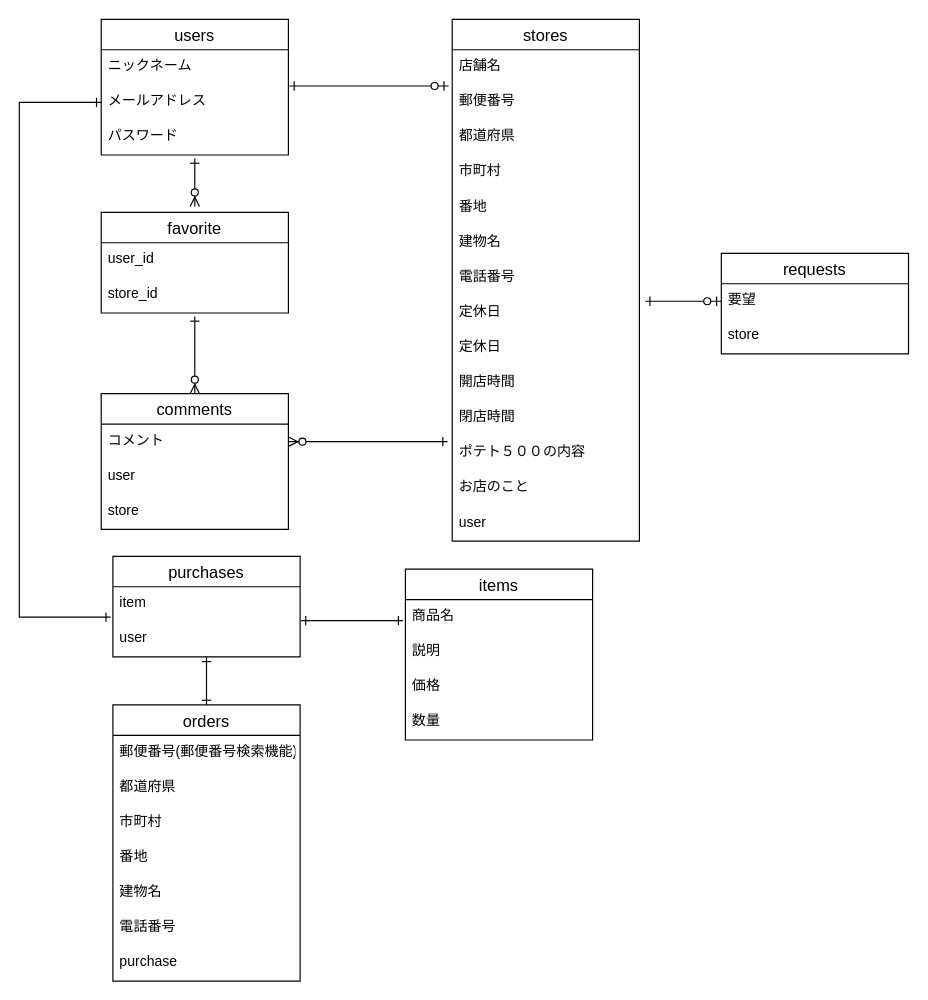
Earlier version of the draw.io diagram poteto500.dio (KimFight/new_potato500). Source tidied: cells renumbered, new cells numbered last; positions are measured from the earlier drawing's top-left corner, leaving out a move shared by most shapes. Both pictures are drawn from the tidied source at 117%, with x=0, y=0 at pixel (19, 19).
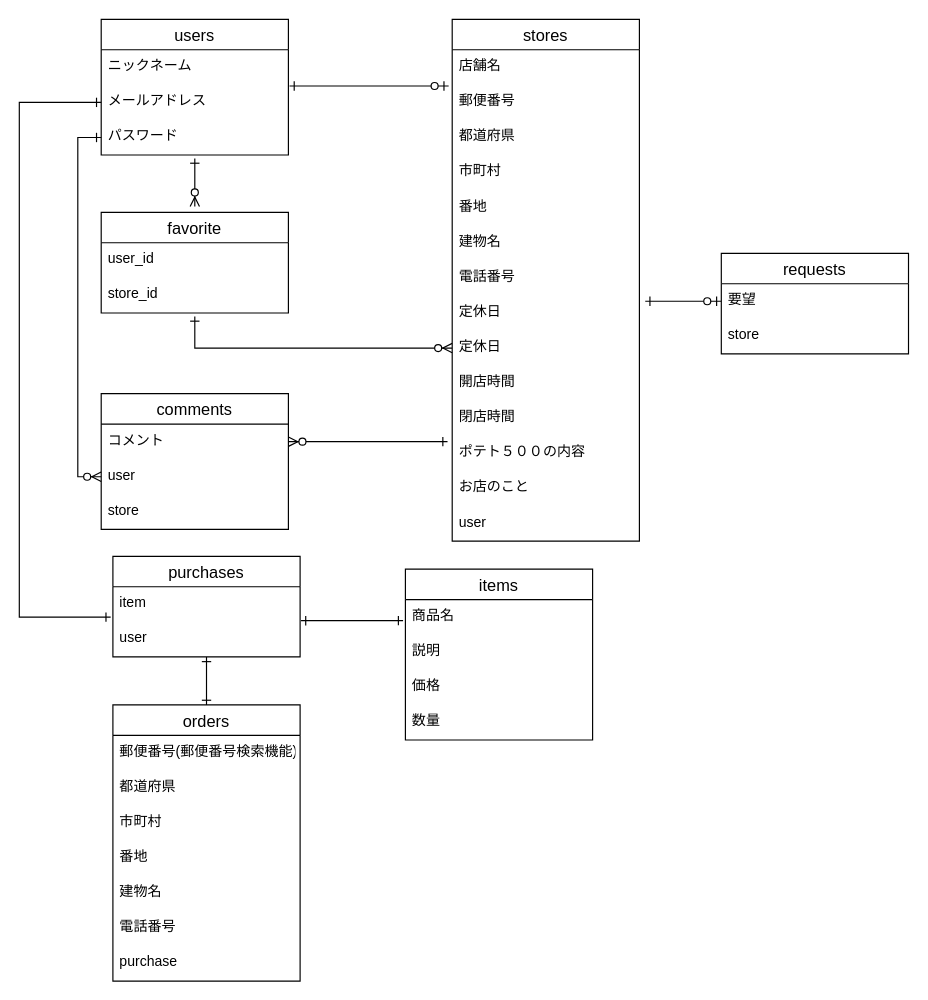
The same diagram, later.

The change refers to these unchanged cells:
```xml
<mxCell id="7" value="パスワード" style="text;strokeColor=none;fillColor=none;spacingLeft=4;spacingRight=4;overflow=hidden;points=[[0,0.5],[1,0.5]];portConstraint=eastwest;fontSize=12;" parent="4" vertex="1">
  <mxGeometry y="86" width="160" height="30" as="geometry" />
</mxCell>
<mxCell id="9" value="comments" style="swimlane;fontStyle=0;horizontal=1;startSize=26;align=center;fontSize=14;" parent="1" vertex="1">
  <mxGeometry x="70" y="320" width="160" height="116" as="geometry" />
</mxCell>
<mxCell id="11" value="user" style="text;strokeColor=none;fillColor=none;spacingLeft=4;spacingRight=4;overflow=hidden;points=[[0,0.5],[1,0.5]];portConstraint=eastwest;fontSize=12;" parent="9" vertex="1">
  <mxGeometry y="56" width="160" height="30" as="geometry" />
</mxCell>
<mxCell id="23" value="定休日" style="text;strokeColor=none;fillColor=none;spacingLeft=4;spacingRight=4;overflow=hidden;points=[[0,0.5],[1,0.5]];portConstraint=eastwest;fontSize=12;" parent="14" vertex="1">
  <mxGeometry y="266" width="160" height="30" as="geometry" />
</mxCell>
<mxCell id="53" value="store_id" style="text;strokeColor=none;fillColor=none;spacingLeft=4;spacingRight=4;overflow=hidden;points=[[0,0.5],[1,0.5]];portConstraint=eastwest;fontSize=12;" parent="51" vertex="1">
  <mxGeometry y="56" width="160" height="30" as="geometry" />
</mxCell>
```

What changed in the source:
```diff
@@
-    <mxCell id="3" style="edgeStyle=none;rounded=0;jettySize=auto;html=1;entryX=0.5;entryY=0;entryDx=0;entryDy=0;startArrow=ERone;startFill=0;endArrow=ERzeroToMany;endFill=1;exitX=0.5;exitY=1.1;exitDx=0;exitDy=0;exitPerimeter=0;" parent="1" edge="1" source="53" target="9">
-      <mxGeometry relative="1" as="geometry" />
+    <mxCell id="3" style="edgeStyle=none;rounded=0;jettySize=auto;html=1;entryX=0;entryY=0.5;entryDx=0;entryDy=0;startArrow=ERone;startFill=0;endArrow=ERzeroToMany;endFill=1;exitX=0.5;exitY=1.1;exitDx=0;exitDy=0;exitPerimeter=0;" parent="1" edge="1" source="53" target="23">
+      <mxGeometry relative="1" as="geometry">
+        <Array as="points">
+          <mxPoint x="150" y="281" />
+        </Array>
+      </mxGeometry>
     </mxCell>
@@
+    <mxCell id="55" style="edgeStyle=orthogonalEdgeStyle;rounded=0;jettySize=auto;html=1;entryX=0;entryY=0.5;entryDx=0;entryDy=0;endArrow=ERzeroToMany;endFill=1;startArrow=ERone;startFill=0;" parent="1" edge="1" source="7" target="11">
+      <mxGeometry relative="1" as="geometry" />
+    </mxCell>
```
